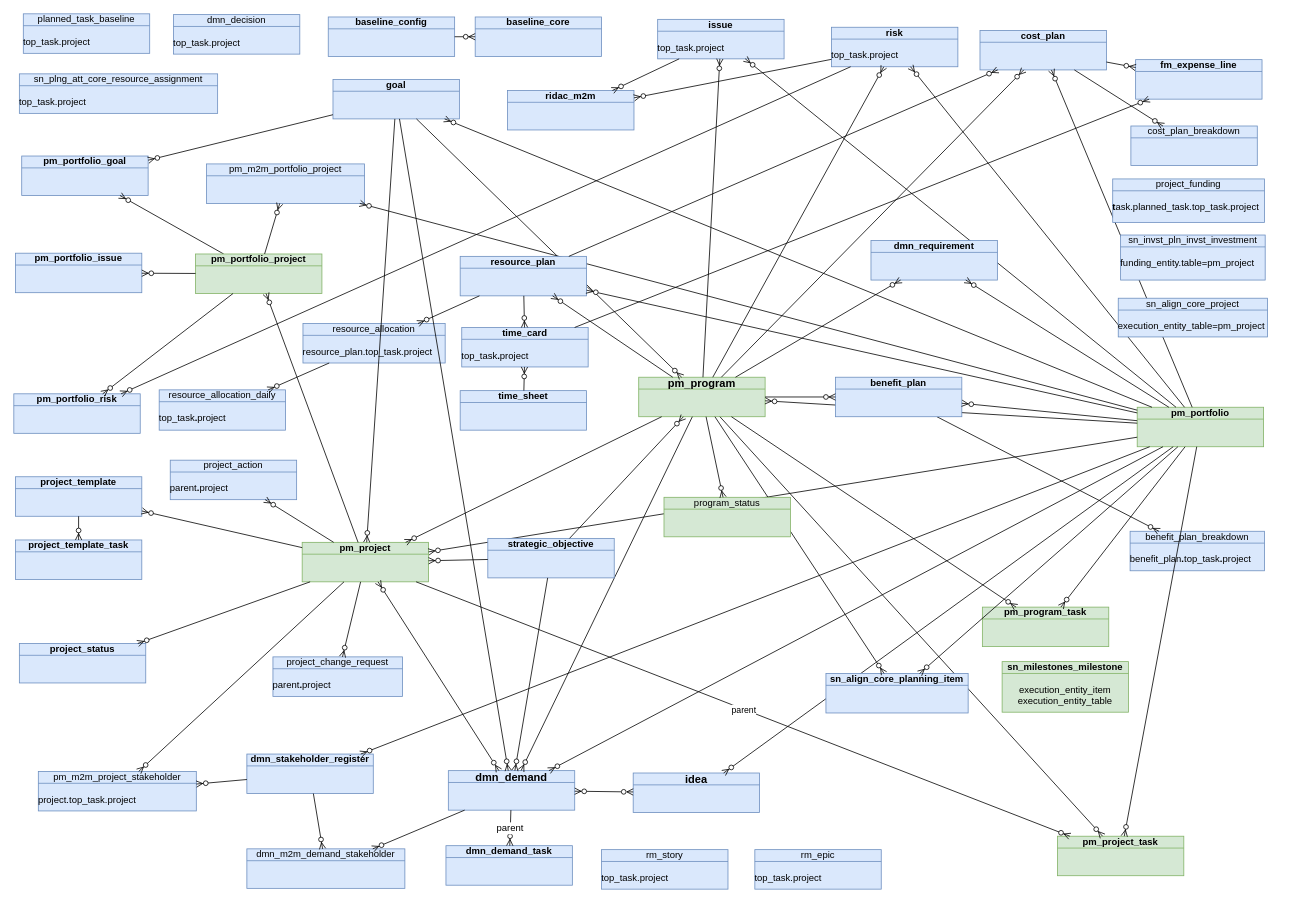
algimas/tmp keeps this draw.io diagram as page "allTables" (3 of 20) of Sar.drawio. Above is the earlier version. Source tidied: cells renumbered, new cells numbered last; positions are measured from the earlier drawing's top-left corner, leaving out a move shared by most shapes. Both pictures are drawn from the tidied source at 79%, with x=0, y=0 at pixel (13, 13).
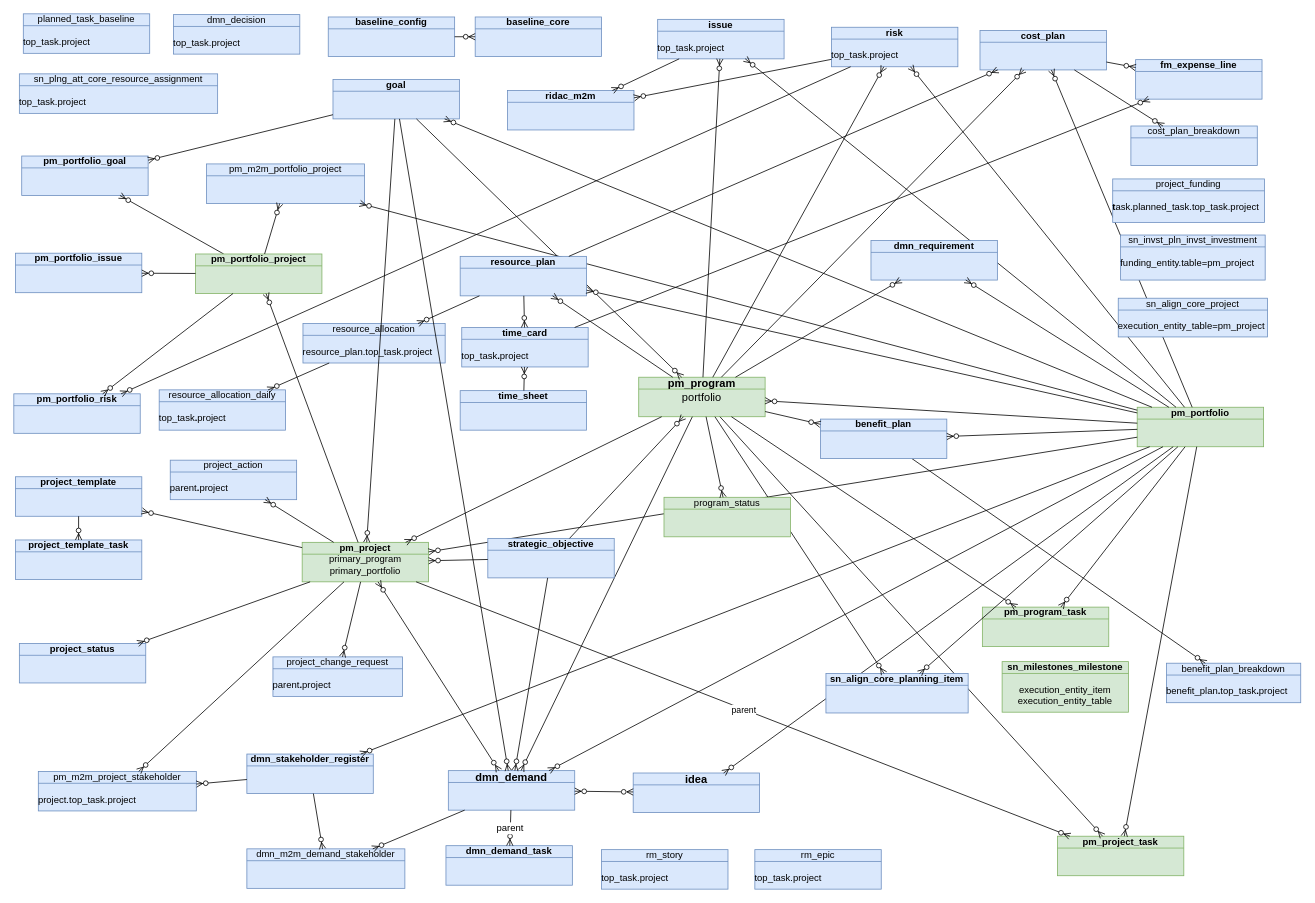
The same page after the edit.

What changed in the source:
```diff
@@
     <mxCell id="3" value="&lt;div&gt;&lt;span style=&quot;font-weight: normal;&quot;&gt;benefit_plan_breakdown&lt;/span&gt;&lt;/div&gt;&lt;div&gt;&lt;br&gt;&lt;/div&gt;&lt;div align=&quot;left&quot;&gt;&lt;span style=&quot;font-weight: normal;&quot;&gt;benefit_plan&lt;/span&gt;.&lt;span style=&quot;font-weight: normal;&quot;&gt;top_task&lt;/span&gt;.&lt;span style=&quot;font-weight: normal;&quot;&gt;project&lt;/span&gt;&lt;/div&gt;" style="html=1;outlineConnect=0;whiteSpace=wrap;fillColor=#dae8fc;shape=mxgraph.archimate3.businessObject;overflow=fill;strokeColor=#6c8ebf;fontStyle=1;shadow=0;" parent="1" vertex="1">
-      <mxGeometry x="1413" y="655" width="170" height="50" as="geometry" />
+      <mxGeometry x="1459" y="822" width="170" height="50" as="geometry" />
     </mxCell>
@@
-    <mxCell id="9" value="pm_project" style="html=1;outlineConnect=0;whiteSpace=wrap;fillColor=#d5e8d4;shape=mxgraph.archimate3.businessObject;overflow=fill;strokeColor=#82b366;fontStyle=1;" parent="1" vertex="1">
+    <mxCell id="9" value="&lt;div&gt;pm_project&lt;/div&gt;&lt;div&gt;&lt;span style=&quot;font-weight: normal;&quot;&gt;primary_program&lt;/span&gt;&lt;/div&gt;&lt;div&gt;&lt;span style=&quot;font-weight: normal;&quot;&gt;primary_portfolio&lt;/span&gt;&lt;/div&gt;" style="html=1;outlineConnect=0;whiteSpace=wrap;fillColor=#d5e8d4;shape=mxgraph.archimate3.businessObject;overflow=fill;strokeColor=#82b366;fontStyle=1;" parent="1" vertex="1">
       <mxGeometry x="365" y="669" width="160" height="50" as="geometry" />
     </mxCell>
@@
-    <mxCell id="33" value="pm_program" style="html=1;outlineConnect=0;whiteSpace=wrap;fillColor=#d5e8d4;shape=mxgraph.archimate3.businessObject;overflow=fill;strokeColor=#82b366;fontStyle=1;fontSize=14;" parent="1" vertex="1">
+    <mxCell id="33" value="&lt;div&gt;pm_program&lt;/div&gt;&lt;span style=&quot;font-weight: normal;&quot;&gt;portfolio&lt;/span&gt;" style="html=1;outlineConnect=0;whiteSpace=wrap;fillColor=#d5e8d4;shape=mxgraph.archimate3.businessObject;overflow=fill;strokeColor=#82b366;fontStyle=1;fontSize=14;" parent="1" vertex="1">
       <mxGeometry x="791" y="460" width="160" height="50" as="geometry" />
     </mxCell>
@@
     <mxCell id="93" value="benefit_plan" style="html=1;outlineConnect=0;whiteSpace=wrap;fillColor=#dae8fc;shape=mxgraph.archimate3.businessObject;overflow=fill;strokeColor=#6c8ebf;fontStyle=1;" parent="1" vertex="1">
-      <mxGeometry x="1040" y="460" width="160" height="50" as="geometry" />
+      <mxGeometry x="1021" y="513" width="160" height="50" as="geometry" />
     </mxCell>
```
